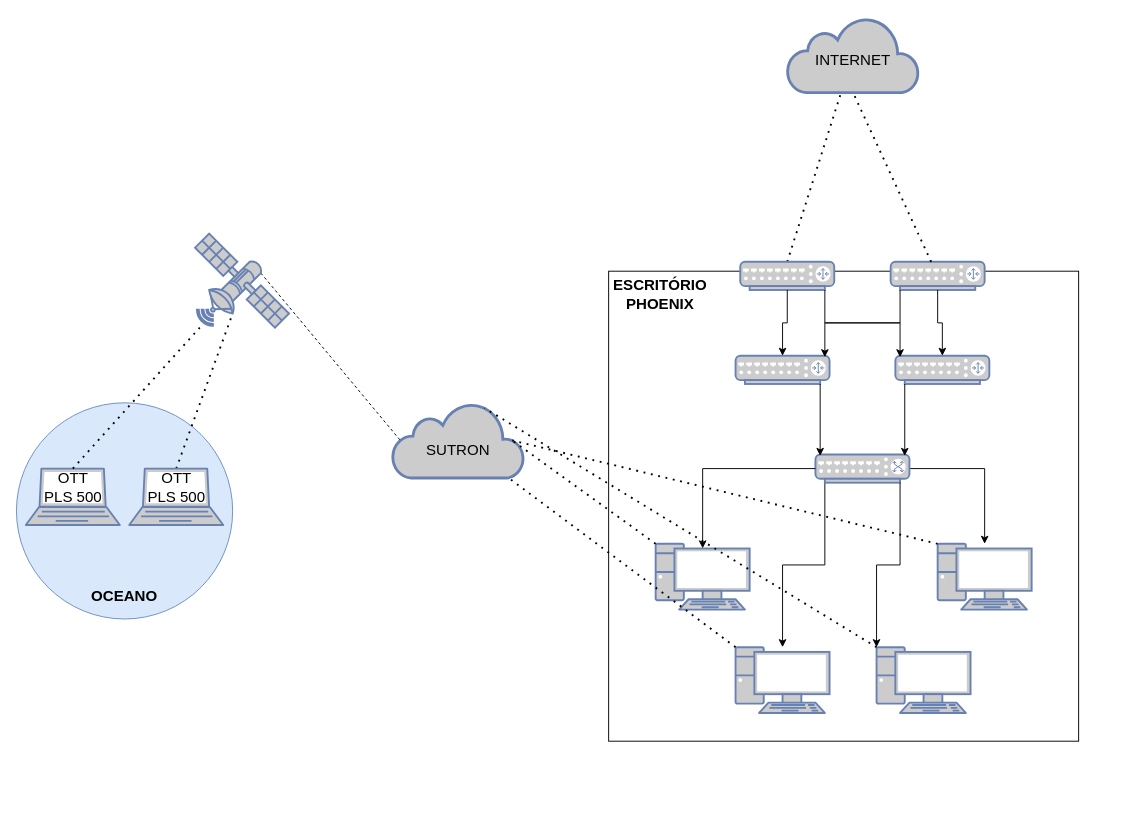
Above: PhoenixSystems.drawio in ChangeNameLaterGS/Name-Netwok (draw.io), before the change. Source tidied: cells renumbered, new cells numbered last; positions are measured from the earlier drawing's top-left corner, leaving out a move shared by most shapes. Both pictures are drawn from the tidied source at 94%, with x=0, y=0 at pixel (16, 17).
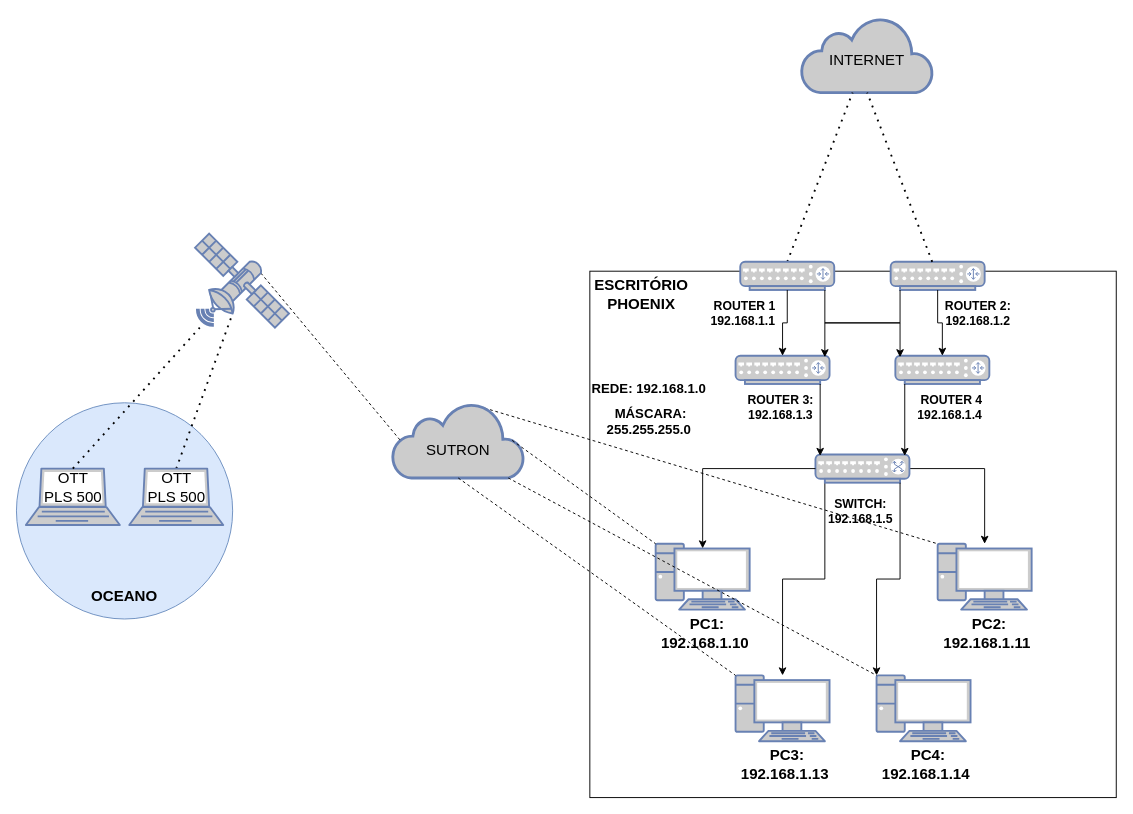
The same diagram, later.

Unchanged cells that the change refers to:
```xml
<mxCell id="2" style="html=1;outlineConnect=0;fillColor=#CCCCCC;strokeColor=#6881B3;gradientColor=none;gradientDirection=north;strokeWidth=2;shape=mxgraph.networks.cloud;fontColor=#ffffff;" parent="1" vertex="1">
  <mxGeometry x="400" y="410" width="140" height="80" as="geometry" />
</mxCell>
<mxCell id="15" style="fontColor=#0066CC;verticalAlign=top;verticalLabelPosition=bottom;labelPosition=center;align=center;html=1;outlineConnect=0;fillColor=#CCCCCC;strokeColor=#6881B3;gradientColor=none;gradientDirection=north;strokeWidth=2;shape=mxgraph.networks.pc;" parent="1" vertex="1">
  <mxGeometry x="680" y="560" width="100" height="70" as="geometry" />
</mxCell>
<mxCell id="17" style="fontColor=#0066CC;verticalAlign=top;verticalLabelPosition=bottom;labelPosition=center;align=center;html=1;outlineConnect=0;fillColor=#CCCCCC;strokeColor=#6881B3;gradientColor=none;gradientDirection=north;strokeWidth=2;shape=mxgraph.networks.pc;" parent="1" vertex="1">
  <mxGeometry x="980" y="560" width="100" height="70" as="geometry" />
</mxCell>
```

Change to the diagram source:
```diff
@@
+    <mxCell id="10" style="whiteSpace=wrap;html=1;" parent="1" vertex="1">
+      <mxGeometry x="610" y="270" width="560" height="560" as="geometry" />
+    </mxCell>
+    <mxCell id="43" style="endArrow=none;dashed=1;html=1;rounded=0;entryX=0;entryY=0;entryDx=0;entryDy=0;entryPerimeter=0;exitX=0.7;exitY=0.07;exitDx=0;exitDy=0;exitPerimeter=0;" parent="1" edge="1" source="2" target="17">
+      <mxGeometry relative="1" as="geometry" />
+    </mxCell>
@@
     <mxCell id="6" style="html=1;outlineConnect=0;fillColor=#CCCCCC;strokeColor=#6881B3;gradientColor=none;gradientDirection=north;strokeWidth=2;shape=mxgraph.networks.cloud;fontColor=#ffffff;" parent="1" vertex="1">
-      <mxGeometry x="820" width="140" height="80" as="geometry" />
+      <mxGeometry x="835" width="140" height="80" as="geometry" />
     </mxCell>
     <mxCell id="7" value="INTERNET" style="rounded=0;whiteSpace=wrap;html=1;strokeColor=none;fillColor=none;strokeWidth=2;fontSize=16;" parent="1" vertex="1">
-      <mxGeometry x="855" y="30" width="70" height="30" as="geometry" />
+      <mxGeometry x="870" y="30" width="70" height="30" as="geometry" />
     </mxCell>
@@
-    <mxCell id="10" style="whiteSpace=wrap;html=1;" parent="1" vertex="1">
-      <mxGeometry x="630" y="270" width="500" height="500" as="geometry" />
-    </mxCell>
@@
     <mxCell id="16" style="fontColor=#0066CC;verticalAlign=top;verticalLabelPosition=bottom;labelPosition=center;align=center;html=1;outlineConnect=0;fillColor=#CCCCCC;strokeColor=#6881B3;gradientColor=none;gradientDirection=north;strokeWidth=2;shape=mxgraph.networks.pc;" parent="1" vertex="1">
-      <mxGeometry x="765" y="670" width="100" height="70" as="geometry" />
+      <mxGeometry x="765" y="700" width="100" height="70" as="geometry" />
     </mxCell>
@@
     <mxCell id="18" style="fontColor=#0066CC;verticalAlign=top;verticalLabelPosition=bottom;labelPosition=center;align=center;html=1;outlineConnect=0;fillColor=#CCCCCC;strokeColor=#6881B3;gradientColor=none;gradientDirection=north;strokeWidth=2;shape=mxgraph.networks.pc;" parent="1" vertex="1">
-      <mxGeometry x="915" y="670" width="100" height="70" as="geometry" />
+      <mxGeometry x="915" y="700" width="100" height="70" as="geometry" />
     </mxCell>
@@
     <mxCell id="24" value="ESCRITÓRIO PHOENIX" style="rounded=0;whiteSpace=wrap;html=1;strokeColor=none;fillColor=none;strokeWidth=2;fontSize=16;fontStyle=1;" parent="1" vertex="1">
-      <mxGeometry x="650" y="280" width="70" height="30" as="geometry" />
+      <mxGeometry x="630" y="280" width="70" height="30" as="geometry" />
     </mxCell>
@@
-    <mxCell id="39" style="endArrow=none;dashed=1;html=1;dashPattern=1 3;strokeWidth=2;rounded=0;entryX=0.91;entryY=0.5;entryDx=0;entryDy=0;entryPerimeter=0;exitX=0;exitY=0;exitDx=0;exitDy=0;exitPerimeter=0;" parent="1" edge="1" source="15" target="2">
-      <mxGeometry relative="1" as="geometry" />
-    </mxCell>
-    <mxCell id="40" style="endArrow=none;dashed=1;html=1;dashPattern=1 3;strokeWidth=2;rounded=0;exitX=0;exitY=0;exitDx=0;exitDy=0;exitPerimeter=0;" parent="1" edge="1" source="16" target="2">
-      <mxGeometry relative="1" as="geometry" />
-    </mxCell>
-    <mxCell id="41" style="endArrow=none;dashed=1;html=1;dashPattern=1 3;strokeWidth=2;rounded=0;exitX=0;exitY=0;exitDx=0;exitDy=0;exitPerimeter=0;entryX=0.91;entryY=0.5;entryDx=0;entryDy=0;entryPerimeter=0;" parent="1" edge="1" source="17" target="2">
-      <mxGeometry relative="1" as="geometry" />
-    </mxCell>
-    <mxCell id="42" style="endArrow=none;dashed=1;html=1;dashPattern=1 3;strokeWidth=2;rounded=0;exitX=0;exitY=0;exitDx=0;exitDy=0;exitPerimeter=0;entryX=0.7;entryY=0.07;entryDx=0;entryDy=0;entryPerimeter=0;" parent="1" edge="1" source="18" target="2">
-      <mxGeometry relative="1" as="geometry" />
-    </mxCell>
+    <mxCell id="44" value="PC2: 192.168.1.11&amp;nbsp;" style="rounded=0;whiteSpace=wrap;html=1;strokeColor=none;fillColor=none;strokeWidth=2;fontSize=16;fontStyle=1;" parent="1" vertex="1">
+      <mxGeometry x="970" y="640" width="130" height="30" as="geometry" />
+    </mxCell>
+    <mxCell id="45" value="PC3: 192.168.1.13&amp;nbsp;" style="rounded=0;whiteSpace=wrap;html=1;strokeColor=none;fillColor=none;strokeWidth=2;fontSize=16;fontStyle=1;" parent="1" vertex="1">
+      <mxGeometry x="755" y="780" width="130" height="30" as="geometry" />
+    </mxCell>
+    <mxCell id="46" value="PC4: 192.168.1.14&amp;nbsp;" style="rounded=0;whiteSpace=wrap;html=1;strokeColor=none;fillColor=none;strokeWidth=2;fontSize=16;fontStyle=1;" parent="1" vertex="1">
+      <mxGeometry x="905" y="780" width="130" height="30" as="geometry" />
+    </mxCell>
+    <mxCell id="47" value="ROUTER 3:&amp;nbsp;&lt;div&gt;192.168.1.3&amp;nbsp;&lt;/div&gt;" style="rounded=0;whiteSpace=wrap;html=1;strokeColor=none;fillColor=none;strokeWidth=2;fontSize=13;fontStyle=1;" parent="1" vertex="1">
+      <mxGeometry x="750" y="400" width="130" height="30" as="geometry" />
+    </mxCell>
+    <mxCell id="48" value="&lt;div&gt;ROUTER 4 192.168.1.4&amp;nbsp;&lt;/div&gt;" style="rounded=0;whiteSpace=wrap;html=1;strokeColor=none;fillColor=none;strokeWidth=2;fontSize=13;fontStyle=1;" parent="1" vertex="1">
+      <mxGeometry x="930" y="400" width="130" height="30" as="geometry" />
+    </mxCell>
+    <mxCell id="49" value="&lt;div&gt;ROUTER 1 192.168.1.1&amp;nbsp;&lt;/div&gt;" style="rounded=0;whiteSpace=wrap;html=1;strokeColor=none;fillColor=none;strokeWidth=2;fontSize=13;fontStyle=1;" parent="1" vertex="1">
+      <mxGeometry x="710" y="300" width="130" height="30" as="geometry" />
+    </mxCell>
+    <mxCell id="50" value="ROUTER 2:&amp;nbsp;&lt;div&gt;192.168.1.2&amp;nbsp;&lt;/div&gt;" style="rounded=0;whiteSpace=wrap;html=1;strokeColor=none;fillColor=none;strokeWidth=2;fontSize=13;fontStyle=1;" parent="1" vertex="1">
+      <mxGeometry x="960" y="300" width="130" height="30" as="geometry" />
+    </mxCell>
+    <mxCell id="51" value="&lt;div style=&quot;font-size: 14px;&quot;&gt;REDE: 192.168.1.0&amp;nbsp;&lt;/div&gt;" style="rounded=0;whiteSpace=wrap;html=1;strokeColor=none;fillColor=none;strokeWidth=2;fontSize=14;fontStyle=1;" parent="1" vertex="1">
+      <mxGeometry x="610" y="380" width="130" height="30" as="geometry" />
+    </mxCell>
+    <mxCell id="52" value="SWITCH:&amp;nbsp;&lt;div&gt;192.168.1.5&amp;nbsp;&lt;/div&gt;" style="rounded=0;whiteSpace=wrap;html=1;strokeColor=none;fillColor=none;strokeWidth=2;fontSize=13;fontStyle=1;" parent="1" vertex="1">
+      <mxGeometry x="835" y="510" width="130" height="30" as="geometry" />
+    </mxCell>
+    <mxCell id="53" style="endArrow=none;dashed=1;html=1;rounded=0;entryX=0;entryY=0;entryDx=0;entryDy=0;entryPerimeter=0;exitX=0.91;exitY=0.5;exitDx=0;exitDy=0;exitPerimeter=0;" parent="1" edge="1" source="2" target="15">
+      <mxGeometry relative="1" as="geometry" />
+    </mxCell>
+    <mxCell id="54" style="endArrow=none;dashed=1;html=1;rounded=0;entryX=0;entryY=0;entryDx=0;entryDy=0;entryPerimeter=0;exitX=0.88;exitY=1;exitDx=0;exitDy=0;exitPerimeter=0;" parent="1" edge="1" source="2" target="18">
+      <mxGeometry relative="1" as="geometry" />
+    </mxCell>
+    <mxCell id="55" style="endArrow=none;dashed=1;html=1;rounded=0;entryX=0;entryY=0;entryDx=0;entryDy=0;entryPerimeter=0;exitX=0.5;exitY=1;exitDx=0;exitDy=0;exitPerimeter=0;" parent="1" edge="1" source="2" target="16">
+      <mxGeometry relative="1" as="geometry" />
+    </mxCell>
+    <mxCell id="56" value="PC1: 192.168.1.10&amp;nbsp;" style="rounded=0;whiteSpace=wrap;html=1;strokeColor=none;fillColor=none;strokeWidth=2;fontSize=16;fontStyle=1;" parent="1" vertex="1">
+      <mxGeometry x="670" y="640" width="130" height="30" as="geometry" />
+    </mxCell>
+    <mxCell id="57" value="&lt;div style=&quot;font-size: 14px;&quot;&gt;MÁSCARA: 255.255.255.0&amp;nbsp;&lt;/div&gt;" style="rounded=0;whiteSpace=wrap;html=1;strokeColor=none;fillColor=none;strokeWidth=2;fontSize=14;fontStyle=1;" parent="1" vertex="1">
+      <mxGeometry x="610" y="415" width="130" height="30" as="geometry" />
+    </mxCell>
```
